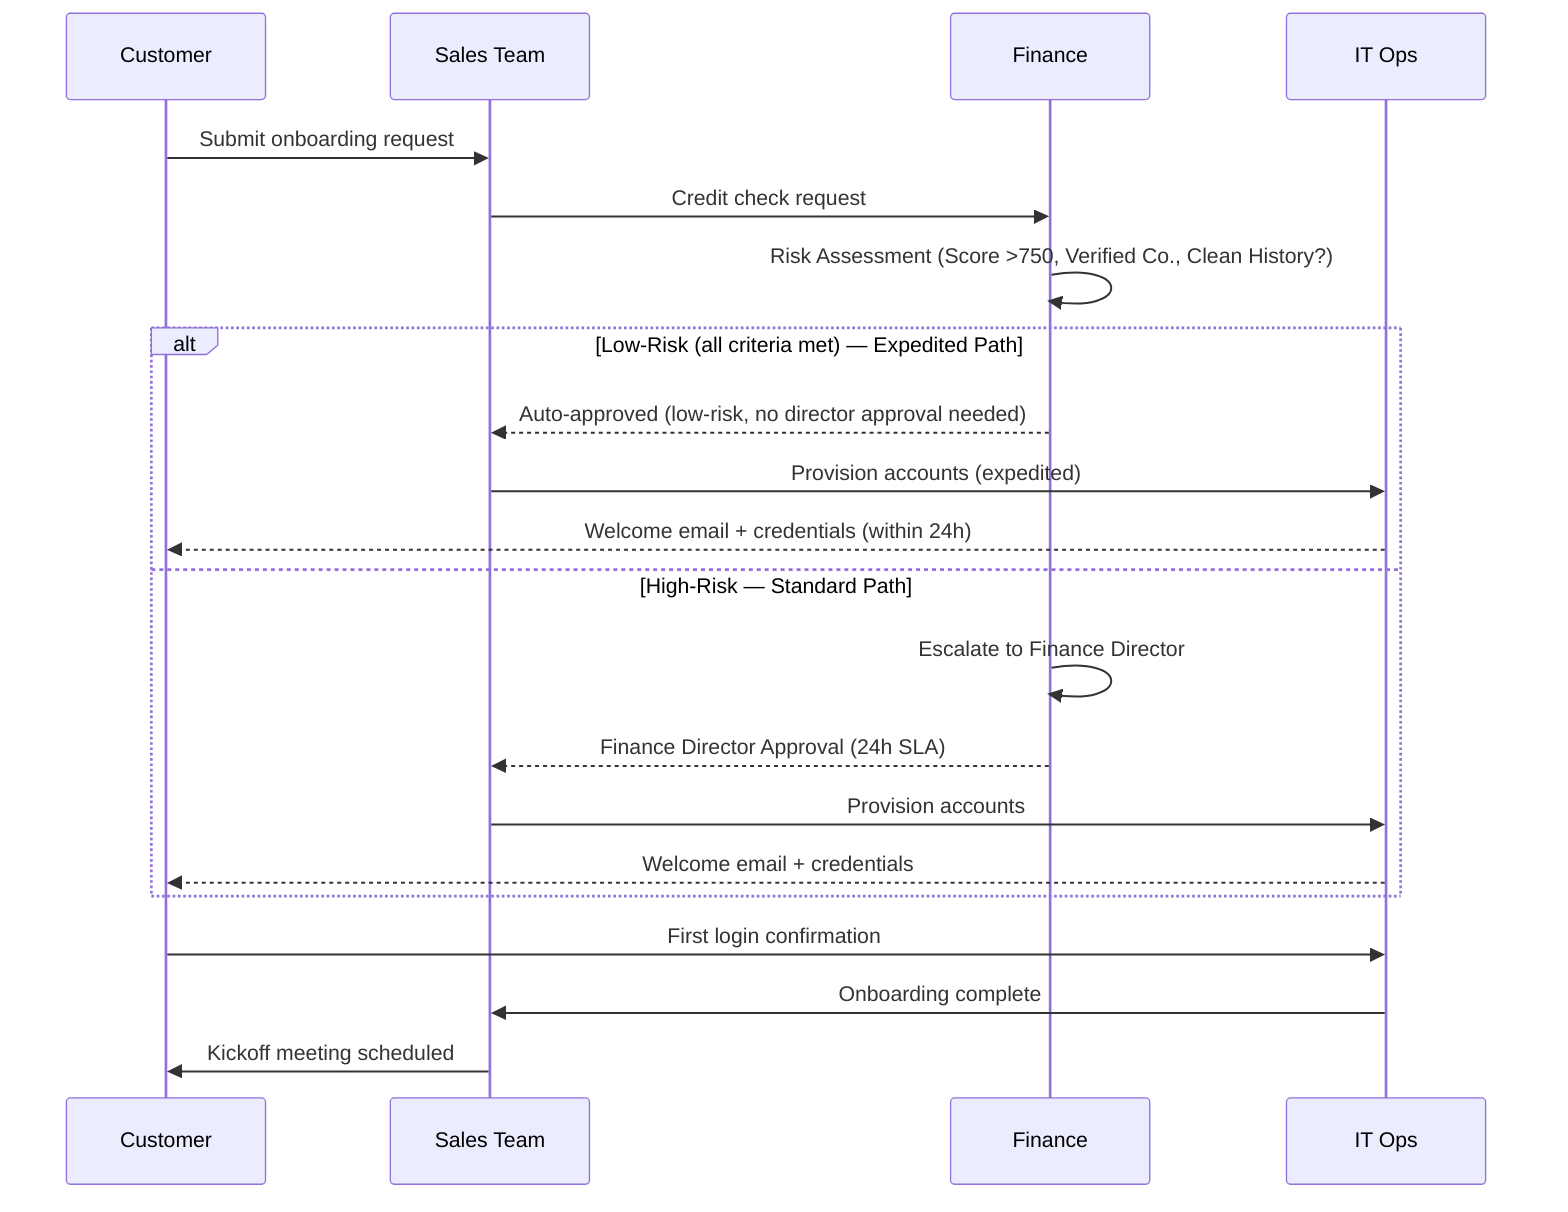
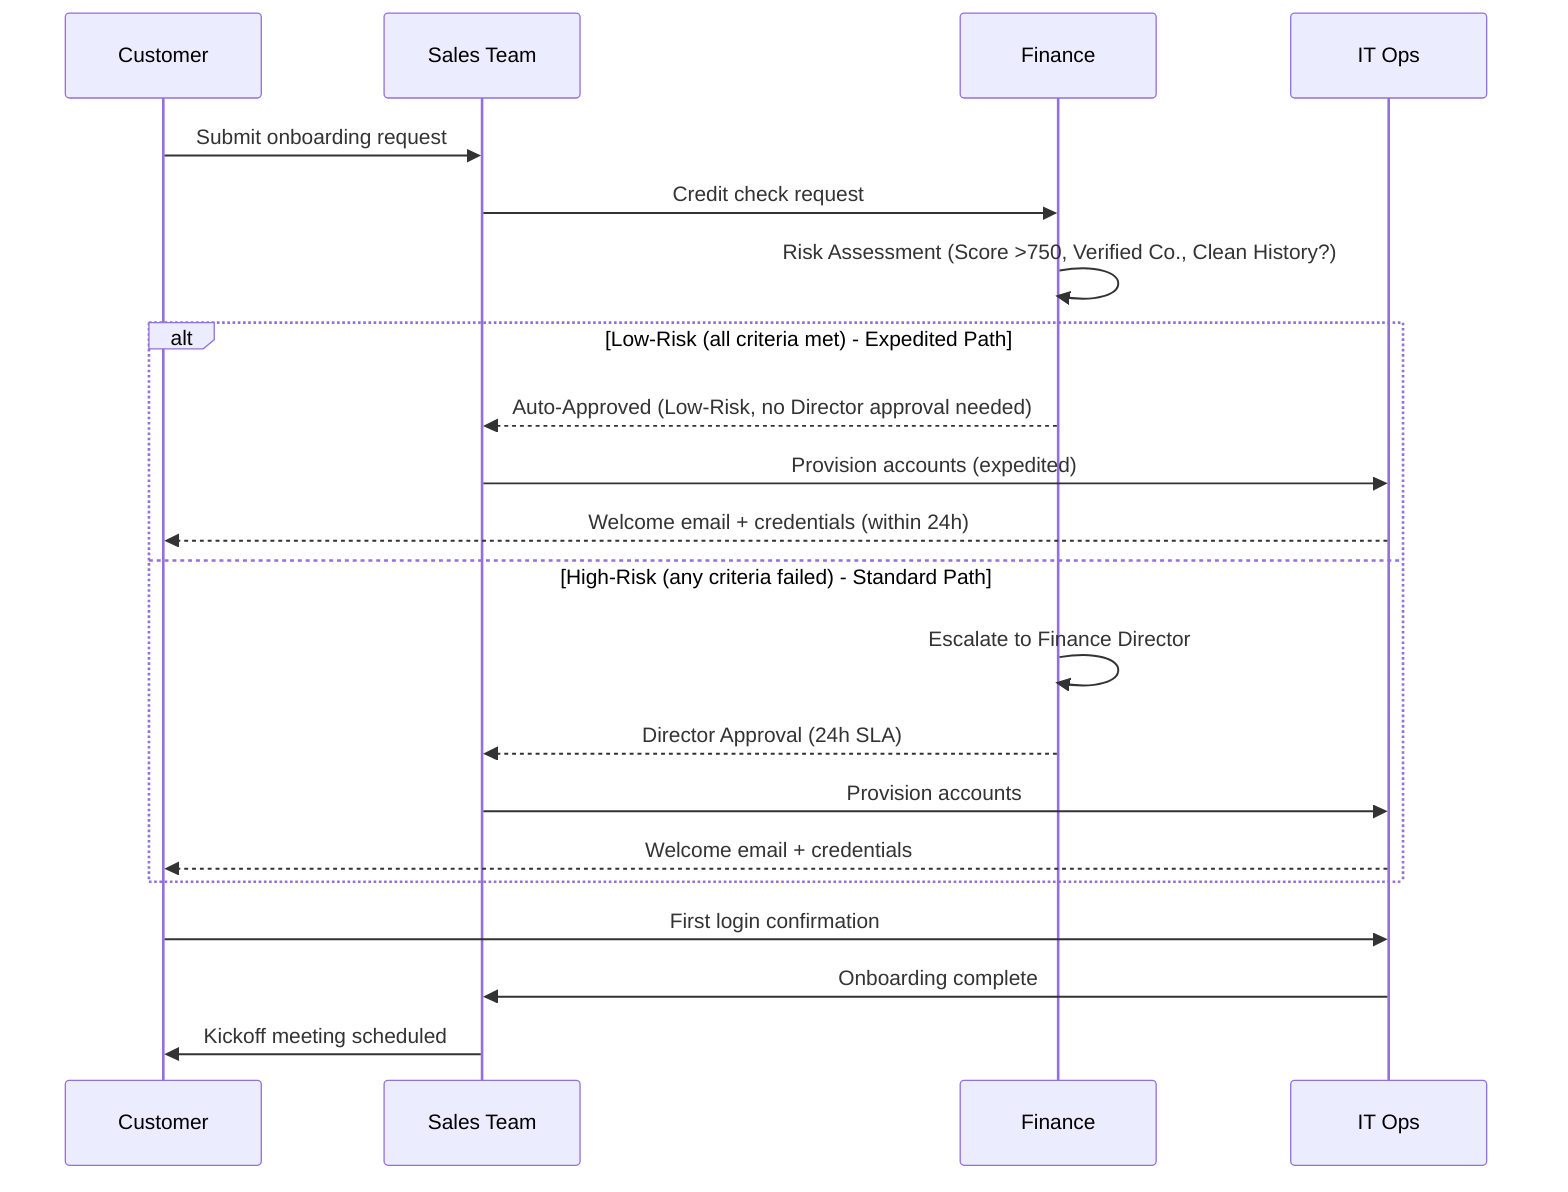
sequenceDiagram
    participant C as Customer
    participant S as Sales Team
    participant F as Finance
    participant IT as IT Ops

    C->>S: Submit onboarding request
    S->>F: Credit check request
- 
-     %% ⚡ CHANGED SECTION - Risk assessment and expedited path
+     %% ⚡ CHANGED SECTION - Risk assessment after credit check
    F->>F: Risk Assessment (Score >750, Verified Co., Clean History?)
- 
-     alt Low-Risk (all criteria met) — Expedited Path
-         F-->>S: Auto-approved (low-risk, no director approval needed)
+     alt Low-Risk (all criteria met) - Expedited Path
+         F-->>S: Auto-Approved (Low-Risk, no Director approval needed)
        S->>IT: Provision accounts (expedited)
        IT-->>C: Welcome email + credentials (within 24h)
-     else High-Risk — Standard Path
+     else High-Risk (any criteria failed) - Standard Path
        F->>F: Escalate to Finance Director
-         F-->>S: Finance Director Approval (24h SLA)
+         F-->>S: Director Approval (24h SLA)
        S->>IT: Provision accounts
        IT-->>C: Welcome email + credentials
    end
    %% ⚡ END CHANGED SECTION
- 
    C->>IT: First login confirmation
    IT->>S: Onboarding complete
    S->>C: Kickoff meeting scheduled

%% EXPLANATION:
- %% Added a risk assessment step within Finance after the credit check request. Introduced an alt/else block: low-risk customers (score >750, verified company, clean payment history) receive automatic approval and proceed directly to expedited account provisioning, while high-risk customers are escalated to the Finance Director for manual approval before provisioning, preserving the original control flow. All existing post-provisioning steps (first login, onboarding complete, kickoff) remain shared across both paths.+ %% Added a risk assessment step within Finance after the credit check request. An alt/else block now branches the flow: low-risk customers (score >750, verified company, clean payment history) receive automatic approval and proceed directly to expedited account provisioning, while high-risk customers are escalated to the Finance Director for the existing approval workflow with 24h SLA. Both paths converge at the customer's first login confirmation and subsequent kickoff scheduling.